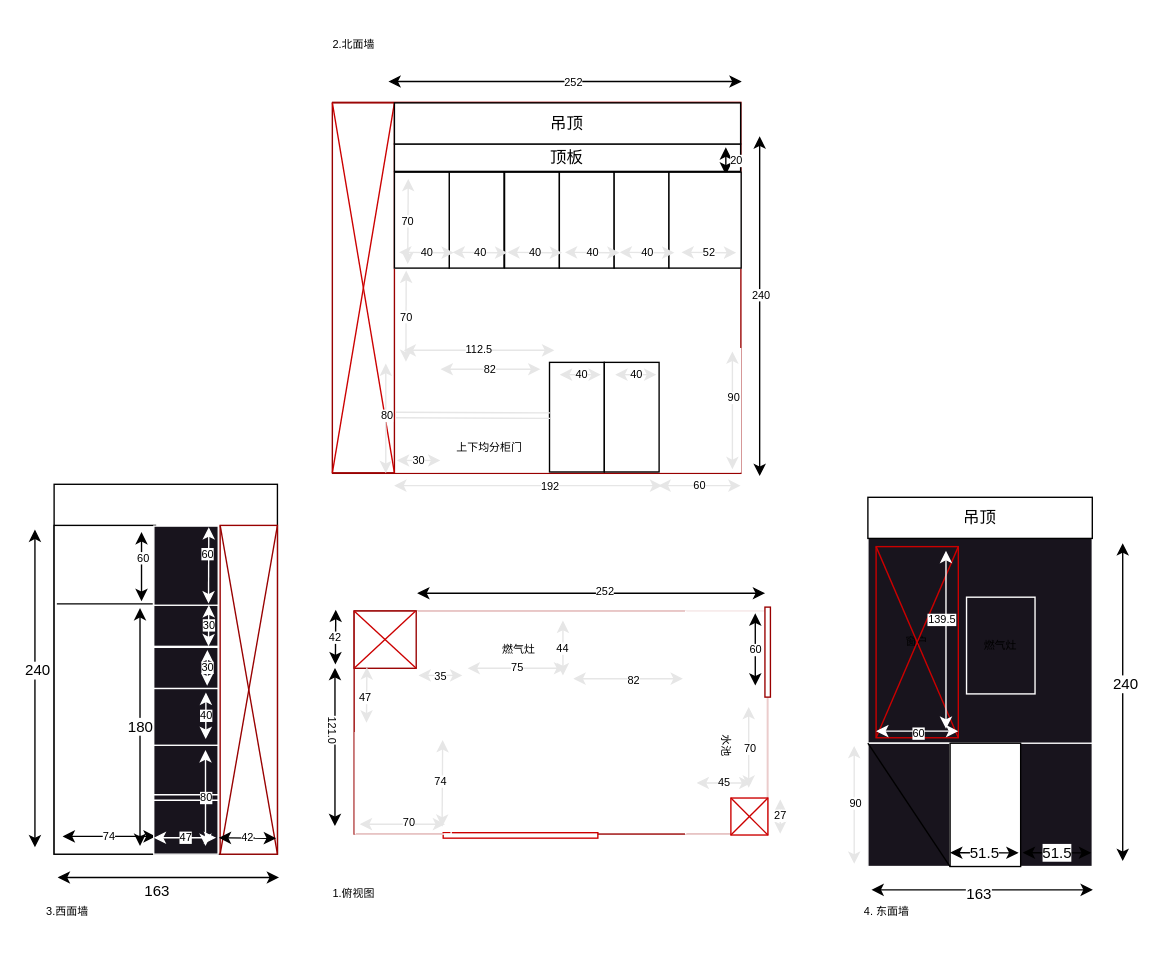
This is 厨房给师傅的.dio from ChengCuotuo/note, a draw.io file, before an edit. Source tidied: cells renumbered, new cells numbered last; positions are measured from the earlier drawing's top-left corner, leaving out a move shared by most shapes. Both pictures are drawn from the tidied source at 137%, with x=0, y=0 at pixel (26, 23).
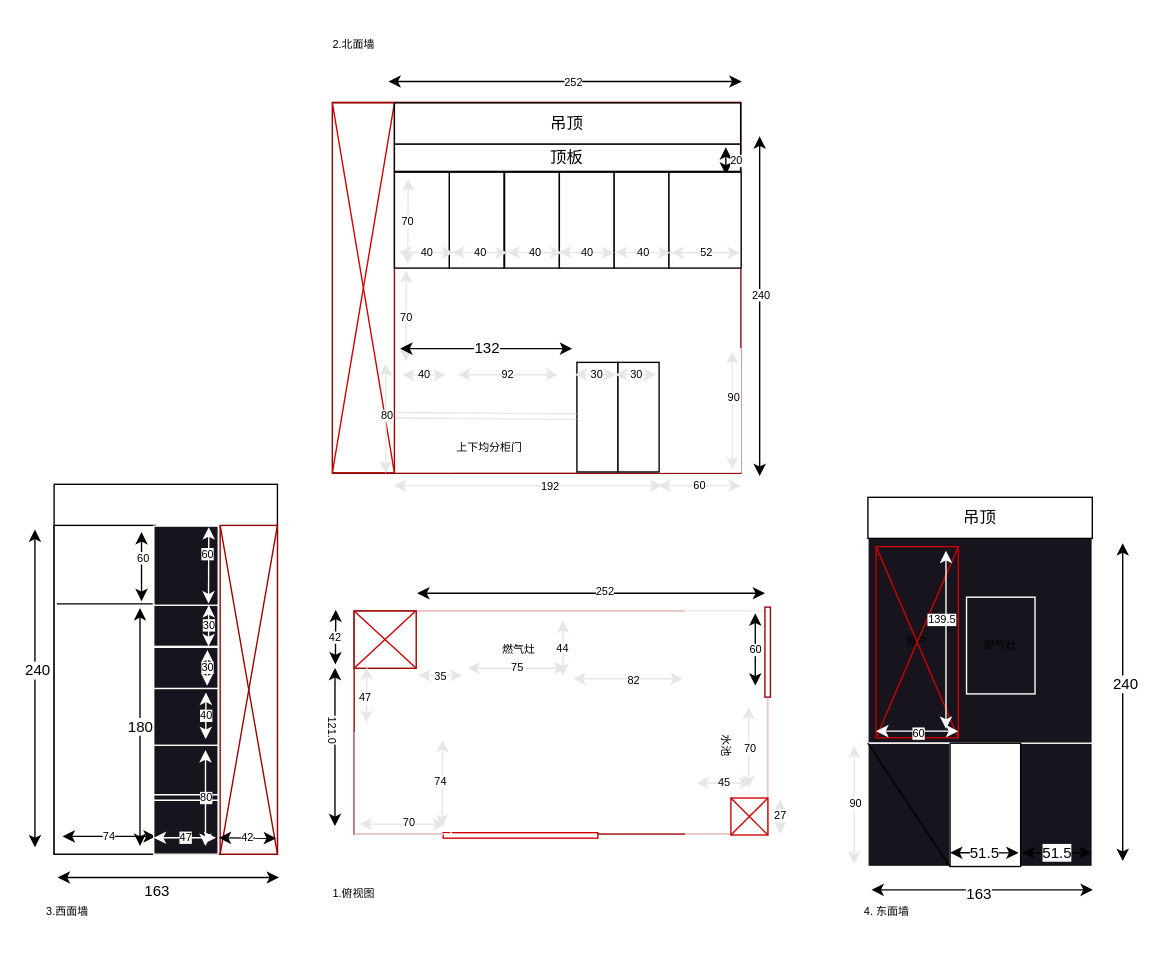
The same diagram, later.

Unchanged cells that the change refers to:
```xml
<mxCell id="131" style="endArrow=classic;startArrow=classic;html=1;strokeColor=#E6E6E6;fontSize=8;" parent="1" edge="1">
  <mxGeometry relative="1" as="geometry">
    <mxPoint x="429.6" y="256" as="sourcePoint" />
    <mxPoint x="459.6" y="256" as="targetPoint" />
  </mxGeometry>
</mxCell>
```

Change to the diagram source:
```diff
@@
+    <mxCell id="5" style="rounded=0;whiteSpace=wrap;html=1;strokeColor=#FFFFFF;fontSize=8;fillColor=none;" parent="1" vertex="1">
+      <mxGeometry x="269.4" y="247" width="132" height="80" as="geometry" />
+    </mxCell>
@@
     <mxCell id="4" style="rounded=0;whiteSpace=wrap;html=1;strokeColor=#FFFFFF;fontSize=8;fillColor=none;" parent="1" vertex="1">
-      <mxGeometry x="270.1" y="246.6" width="30" height="80" as="geometry" />
+      <mxGeometry x="270.1" y="246.6" width="40" height="80" as="geometry" />
     </mxCell>
-    <mxCell id="5" style="rounded=0;whiteSpace=wrap;html=1;strokeColor=#FFFFFF;fontSize=8;fillColor=none;" parent="1" vertex="1">
-      <mxGeometry x="269.4" y="247" width="112.5" height="80" as="geometry" />
-    </mxCell>
@@
-    <mxCell id="48" value="112.5" style="endArrow=classic;startArrow=classic;html=1;strokeColor=#E6E6E6;fontSize=8;" parent="1" edge="1">
-      <mxGeometry relative="1" as="geometry">
-        <mxPoint x="275.1" y="238.2" as="sourcePoint" />
-        <mxPoint x="385.1" y="238.2" as="targetPoint" />
-      </mxGeometry>
-    </mxCell>
@@
-    <mxCell id="51" value="30" style="endArrow=classic;startArrow=classic;html=1;strokeColor=#E6E6E6;fontSize=8;" parent="1" edge="1">
+    <mxCell id="51" value="40" style="endArrow=classic;startArrow=classic;html=1;strokeColor=#E6E6E6;fontSize=8;" parent="1" edge="1">
       <mxGeometry relative="1" as="geometry">
-        <mxPoint x="270.2" y="318.6" as="sourcePoint" />
-        <mxPoint x="302" y="318.6" as="targetPoint" />
+        <mxPoint x="274.1" y="256.3" as="sourcePoint" />
+        <mxPoint x="305.8" y="256.3" as="targetPoint" />
       </mxGeometry>
     </mxCell>
-    <mxCell id="52" value="82" style="endArrow=classic;startArrow=classic;html=1;strokeColor=#E6E6E6;fontSize=8;" parent="1" edge="1">
+    <mxCell id="52" value="92" style="endArrow=classic;startArrow=classic;html=1;strokeColor=#E6E6E6;fontSize=8;" parent="1" edge="1">
       <mxGeometry relative="1" as="geometry">
-        <mxPoint x="302.1" y="252" as="sourcePoint" />
-        <mxPoint x="375" y="252" as="targetPoint" />
+        <mxPoint x="314.9" y="256" as="sourcePoint" />
+        <mxPoint x="387.8" y="256" as="targetPoint" />
       </mxGeometry>
     </mxCell>
@@
     <mxCell id="71" value="40" style="endArrow=classic;startArrow=classic;html=1;strokeColor=#E6E6E6;fontSize=8;" parent="1" edge="1">
       <mxGeometry relative="1" as="geometry">
-        <mxPoint x="432.8" y="167" as="sourcePoint" />
-        <mxPoint x="392.8" y="166.7" as="targetPoint" />
+        <mxPoint x="428.8" y="167" as="sourcePoint" />
+        <mxPoint x="388.8" y="166.7" as="targetPoint" />
       </mxGeometry>
     </mxCell>
     <mxCell id="72" value="40" style="endArrow=classic;startArrow=classic;html=1;strokeColor=#E6E6E6;fontSize=8;" parent="1" edge="1">
       <mxGeometry relative="1" as="geometry">
-        <mxPoint x="472.8" y="167" as="sourcePoint" />
-        <mxPoint x="432.8" y="166.7" as="targetPoint" />
+        <mxPoint x="469.8" y="167" as="sourcePoint" />
+        <mxPoint x="429.8" y="166.7" as="targetPoint" />
       </mxGeometry>
     </mxCell>
     <mxCell id="73" value="52" style="endArrow=classic;startArrow=classic;html=1;strokeColor=#E6E6E6;fontSize=8;" parent="1" edge="1">
       <mxGeometry relative="1" as="geometry">
-        <mxPoint x="517.9" y="167" as="sourcePoint" />
-        <mxPoint x="477.9" y="166.7" as="targetPoint" />
+        <mxPoint x="520.5" y="167" as="sourcePoint" />
+        <mxPoint x="470.5" y="167" as="targetPoint" />
       </mxGeometry>
     </mxCell>
@@
     <mxCell id="127" style="rounded=0;whiteSpace=wrap;html=1;" parent="1" vertex="1">
-      <mxGeometry x="381.6" y="247" width="40" height="80" as="geometry" />
+      <mxGeometry x="401.6" y="247" width="30" height="80" as="geometry" />
     </mxCell>
     <mxCell id="128" style="rounded=0;whiteSpace=wrap;html=1;" parent="1" vertex="1">
-      <mxGeometry x="421.6" y="247" width="40" height="80" as="geometry" />
+      <mxGeometry x="431.6" y="247" width="30" height="80" as="geometry" />
     </mxCell>
     <mxCell id="129" style="endArrow=classic;startArrow=classic;html=1;strokeColor=#E6E6E6;fontSize=8;" parent="1" edge="1">
       <mxGeometry relative="1" as="geometry">
-        <mxPoint x="389.1" y="256" as="sourcePoint" />
-        <mxPoint x="419.1" y="256" as="targetPoint" />
+        <mxPoint x="400.1" y="256" as="sourcePoint" />
+        <mxPoint x="430.1" y="256" as="targetPoint" />
       </mxGeometry>
     </mxCell>
-    <mxCell id="130" value="40" style="edgeLabel;html=1;align=center;verticalAlign=middle;fontSize=8;" parent="129" vertex="1">
+    <mxCell id="130" value="30" style="edgeLabel;html=1;align=center;verticalAlign=middle;fontSize=8;" parent="129" vertex="1">
       <mxGeometry x="-0.25" y="-1" relative="1" as="geometry">
         <mxPoint x="4" y="-2" as="offset" />
       </mxGeometry>
     </mxCell>
@@
-    <mxCell id="132" value="40" style="edgeLabel;html=1;align=center;verticalAlign=middle;fontSize=8;" parent="131" vertex="1">
+    <mxCell id="132" value="30" style="edgeLabel;html=1;align=center;verticalAlign=middle;fontSize=8;" parent="131" vertex="1">
       <mxGeometry x="-0.25" y="-1" relative="1" as="geometry">
         <mxPoint x="4" y="-2" as="offset" />
       </mxGeometry>
     </mxCell>
     <mxCell id="133" style="shape=link;html=1;strokeColor=#E6E6E6;fontSize=8;" parent="1" edge="1">
       <mxGeometry relative="1" as="geometry">
-        <mxPoint x="269.4" y="285.4" as="sourcePoint" />
-        <mxPoint x="382" y="285.9" as="targetPoint" />
+        <mxPoint x="269.4" y="285.6" as="sourcePoint" />
+        <mxPoint x="401.2" y="286.6" as="targetPoint" />
       </mxGeometry>
     </mxCell>
@@
+    <mxCell id="143" value="132" style="endArrow=classic;startArrow=classic;html=1;" parent="1" edge="1">
+      <mxGeometry relative="1" as="geometry">
+        <mxPoint x="272.6" y="237" as="sourcePoint" />
+        <mxPoint x="398.2" y="237" as="targetPoint" />
+      </mxGeometry>
+    </mxCell>
```
